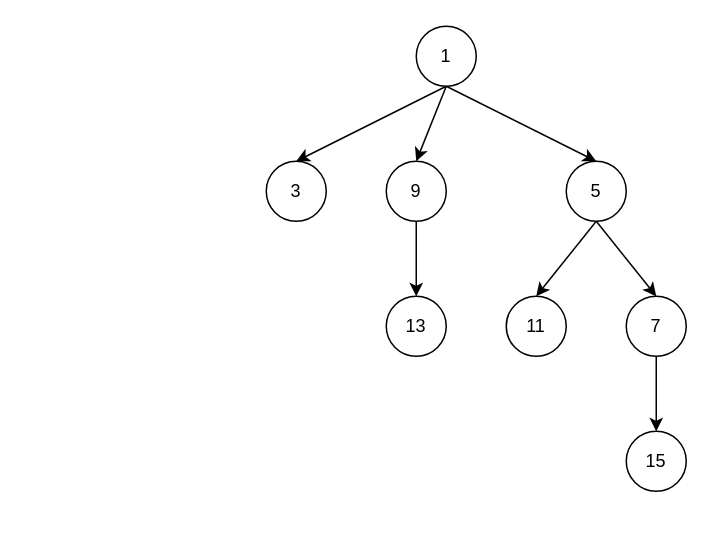
Above: hw2-4.drawio in Eren-Jeager123/Algorithm (draw.io), before the change. Source tidied: cells renumbered, new cells numbered last; positions are measured from the earlier drawing's top-left corner, leaving out a move shared by most shapes. Both pictures are drawn from the tidied source at 150%, with x=0, y=0 at pixel (266, 26).
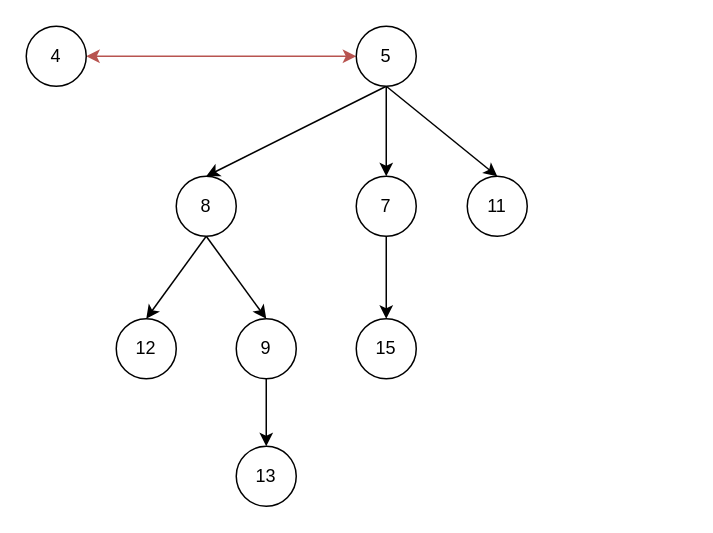
The same diagram, later.

The edit, as a diff of the source:
```diff
@@
 <mxGraphModel>
   <root>
     <mxCell id="0" />
     <mxCell id="1" parent="0" />
-    <mxCell id="2" value="3" style="ellipse;whiteSpace=wrap;html=1;" parent="1" vertex="1">
-      <mxGeometry y="90" width="40" height="40" as="geometry" />
-    </mxCell>
-    <mxCell id="3" style="rounded=0;jettySize=auto;html=1;exitX=0.5;exitY=1;exitDx=0;exitDy=0;entryX=0.5;entryY=0;entryDx=0;entryDy=0;" parent="1" edge="1" source="6" target="2">
-      <mxGeometry relative="1" as="geometry" />
-    </mxCell>
-    <mxCell id="4" style="rounded=0;jettySize=auto;html=1;exitX=0.5;exitY=1;exitDx=0;exitDy=0;entryX=0.5;entryY=0;entryDx=0;entryDy=0;" parent="1" edge="1" source="6" target="9">
-      <mxGeometry relative="1" as="geometry" />
-    </mxCell>
-    <mxCell id="5" style="rounded=0;jettySize=auto;html=1;exitX=0.5;exitY=1;exitDx=0;exitDy=0;entryX=0.5;entryY=0;entryDx=0;entryDy=0;" parent="1" edge="1" source="6" target="12">
-      <mxGeometry relative="1" as="geometry" />
-    </mxCell>
-    <mxCell id="6" value="1" style="ellipse;whiteSpace=wrap;html=1;" parent="1" vertex="1">
-      <mxGeometry x="100" width="40" height="40" as="geometry" />
-    </mxCell>
     <mxCell id="7" value="13" style="ellipse;whiteSpace=wrap;html=1;" parent="1" vertex="1">
-      <mxGeometry x="80" y="180" width="40" height="40" as="geometry" />
+      <mxGeometry x="-20" y="280" width="40" height="40" as="geometry" />
     </mxCell>
     <mxCell id="8" style="rounded=0;jettySize=auto;html=1;exitX=0.5;exitY=1;exitDx=0;exitDy=0;entryX=0.5;entryY=0;entryDx=0;entryDy=0;" parent="1" edge="1" source="9" target="7">
       <mxGeometry relative="1" as="geometry" />
     </mxCell>
     <mxCell id="9" value="9" style="ellipse;whiteSpace=wrap;html=1;" parent="1" vertex="1">
-      <mxGeometry x="80" y="90" width="40" height="40" as="geometry" />
+      <mxGeometry x="-20" y="195" width="40" height="40" as="geometry" />
     </mxCell>
     <mxCell id="10" style="rounded=0;jettySize=auto;html=1;exitX=0.5;exitY=1;exitDx=0;exitDy=0;entryX=0.5;entryY=0;entryDx=0;entryDy=0;" parent="1" edge="1" source="12" target="13">
       <mxGeometry relative="1" as="geometry" />
     </mxCell>
     <mxCell id="11" style="rounded=0;jettySize=auto;html=1;exitX=0.5;exitY=1;exitDx=0;exitDy=0;entryX=0.5;entryY=0;entryDx=0;entryDy=0;" parent="1" edge="1" source="12" target="15">
       <mxGeometry relative="1" as="geometry" />
     </mxCell>
+    <mxCell id="17" style="rounded=0;jettySize=auto;html=1;exitX=0.5;exitY=1;exitDx=0;exitDy=0;entryX=0.5;entryY=0;entryDx=0;entryDy=0;" parent="1" edge="1" source="12" target="21">
+      <mxGeometry relative="1" as="geometry" />
+    </mxCell>
+    <mxCell id="18" style="rounded=0;jettySize=auto;html=1;exitX=0;exitY=0.5;exitDx=0;exitDy=0;entryX=1;entryY=0.5;entryDx=0;entryDy=0;startArrow=classic;startFill=1;fillColor=#f8cecc;strokeColor=#b85450;" parent="1" edge="1" source="12" target="23">
+      <mxGeometry relative="1" as="geometry" />
+    </mxCell>
     <mxCell id="12" value="5" style="ellipse;whiteSpace=wrap;html=1;" parent="1" vertex="1">
-      <mxGeometry x="200" y="90" width="40" height="40" as="geometry" />
+      <mxGeometry x="60" width="40" height="40" as="geometry" />
     </mxCell>
     <mxCell id="13" value="11" style="ellipse;whiteSpace=wrap;html=1;" parent="1" vertex="1">
-      <mxGeometry x="160" y="180" width="40" height="40" as="geometry" />
+      <mxGeometry x="134" y="100" width="40" height="40" as="geometry" />
     </mxCell>
     <mxCell id="14" style="rounded=0;jettySize=auto;html=1;exitX=0.5;exitY=1;exitDx=0;exitDy=0;" parent="1" edge="1" source="15" target="16">
       <mxGeometry relative="1" as="geometry" />
     </mxCell>
     <mxCell id="15" value="7" style="ellipse;whiteSpace=wrap;html=1;" parent="1" vertex="1">
-      <mxGeometry x="240" y="180" width="40" height="40" as="geometry" />
+      <mxGeometry x="60" y="100" width="40" height="40" as="geometry" />
     </mxCell>
     <mxCell id="16" value="15" style="ellipse;whiteSpace=wrap;html=1;" parent="1" vertex="1">
-      <mxGeometry x="240" y="270" width="40" height="40" as="geometry" />
+      <mxGeometry x="60" y="195" width="40" height="40" as="geometry" />
     </mxCell>
+    <mxCell id="19" style="rounded=0;jettySize=auto;html=1;exitX=0.5;exitY=1;exitDx=0;exitDy=0;entryX=0.5;entryY=0;entryDx=0;entryDy=0;" parent="1" edge="1" source="21" target="22">
+      <mxGeometry relative="1" as="geometry" />
+    </mxCell>
+    <mxCell id="20" style="rounded=0;jettySize=auto;html=1;exitX=0.5;exitY=1;exitDx=0;exitDy=0;entryX=0.5;entryY=0;entryDx=0;entryDy=0;" parent="1" edge="1" source="21" target="9">
+      <mxGeometry relative="1" as="geometry" />
+    </mxCell>
+    <mxCell id="21" value="8" style="ellipse;whiteSpace=wrap;html=1;" parent="1" vertex="1">
+      <mxGeometry x="-60" y="100" width="40" height="40" as="geometry" />
+    </mxCell>
+    <mxCell id="22" value="12" style="ellipse;whiteSpace=wrap;html=1;" parent="1" vertex="1">
+      <mxGeometry x="-100" y="195" width="40" height="40" as="geometry" />
+    </mxCell>
+    <mxCell id="23" value="4" style="ellipse;whiteSpace=wrap;html=1;" parent="1" vertex="1">
+      <mxGeometry x="-160" width="40" height="40" as="geometry" />
+    </mxCell>
   </root>
 </mxGraphModel>
```
